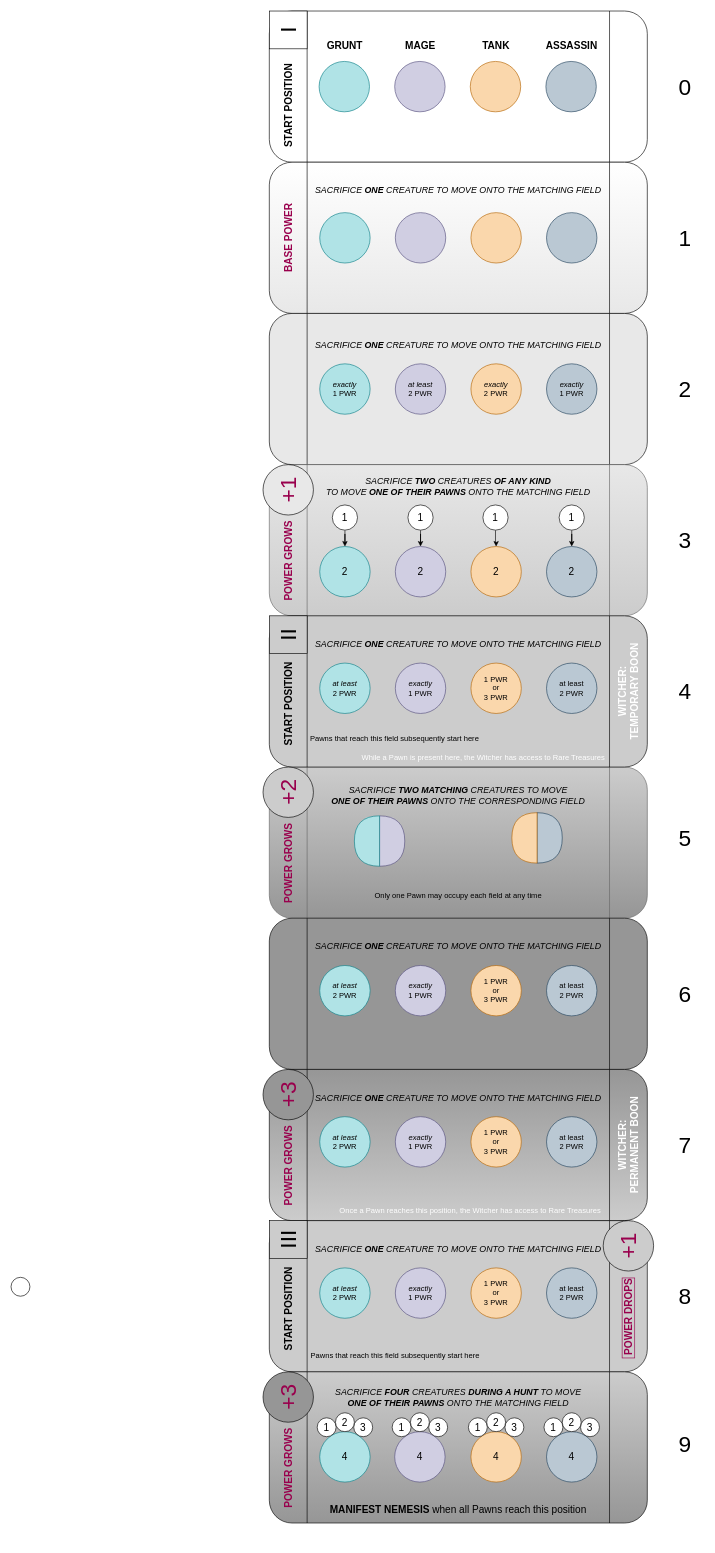
Above: Altar.drawio in eldritch-bender/OPMech (draw.io), before the change. Source tidied: cells renumbered, new cells numbered last; positions are measured from the earlier drawing's top-left corner, leaving out a move shared by most shapes. Both pictures are drawn from the tidied source at 63%, with x=0, y=0 at pixel (11, 11).
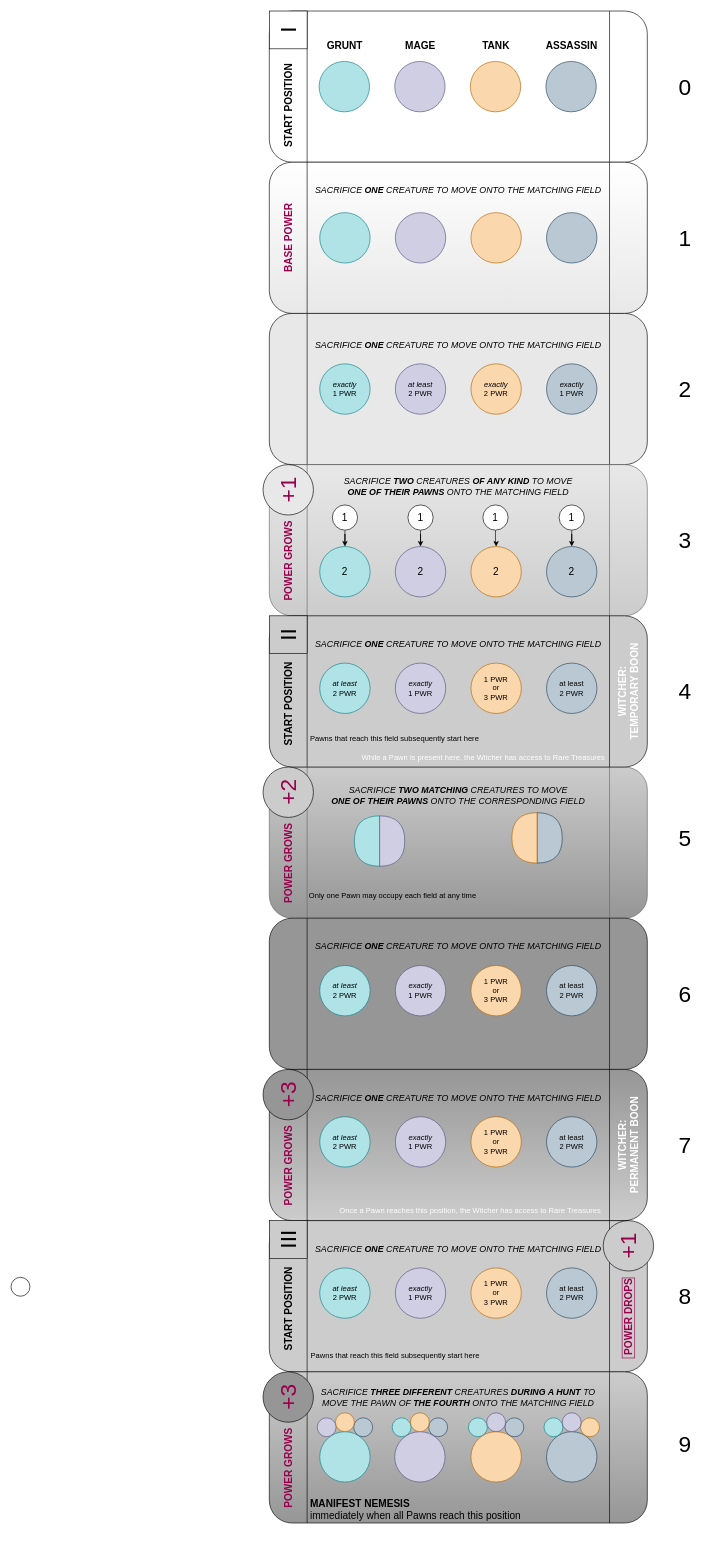
Above is the later version.

The edit, as a diff of the source:
```diff
@@
-    <mxCell id="22" value="&lt;i style=&quot;font-size: 14px&quot;&gt;SACRIFICE &lt;b&gt;TWO &lt;/b&gt;CREATURES &lt;b&gt;OF ANY KIND&lt;/b&gt;&lt;br&gt;TO MOVE &lt;b&gt;ONE OF THEIR PAWNS&amp;nbsp;&lt;/b&gt;ONTO THE MATCHING FIELD&lt;/i&gt;" style="text;html=1;strokeColor=none;fillColor=none;align=center;verticalAlign=middle;whiteSpace=wrap;rounded=1;" parent="1" vertex="1">
+    <mxCell id="22" value="&lt;i style=&quot;font-size: 14px&quot;&gt;SACRIFICE &lt;b&gt;TWO &lt;/b&gt;CREATURES &lt;b&gt;OF ANY KIND&amp;nbsp;&lt;/b&gt;TO MOVE&lt;br&gt;&lt;b&gt;ONE OF THEIR PAWNS&amp;nbsp;&lt;/b&gt;ONTO THE MATCHING FIELD&lt;/i&gt;" style="text;html=1;strokeColor=none;fillColor=none;align=center;verticalAlign=middle;whiteSpace=wrap;rounded=1;" parent="1" vertex="1">
       <mxGeometry x="410" y="740" width="600" height="30" as="geometry" />
     </mxCell>
@@
     <mxCell id="77" value="Only one Pawn may occupy each field at any time" style="text;html=1;strokeColor=none;fillColor=none;align=center;verticalAlign=middle;whiteSpace=wrap;rounded=0;fontSize=12;" parent="1" vertex="1">
-      <mxGeometry x="470" y="1390" width="480" height="30" as="geometry" />
+      <mxGeometry x="366" y="1390" width="480" height="30" as="geometry" />
     </mxCell>
@@
-    <mxCell id="102" value="&lt;font style=&quot;font-size: 16px&quot;&gt;4&lt;/font&gt;" style="ellipse;whiteSpace=wrap;html=1;fillColor=#b0e3e6;strokeColor=#0e8088;rounded=1;" parent="1" vertex="1">
+    <mxCell id="102" style="ellipse;whiteSpace=wrap;html=1;fillColor=#b0e3e6;strokeColor=#0e8088;rounded=1;" parent="1" vertex="1">
       <mxGeometry x="490" y="2255" width="80" height="80" as="geometry" />
     </mxCell>
@@
-    <mxCell id="118" value="&lt;h1 style=&quot;font-size: 16px&quot;&gt;&lt;span&gt;MANIFEST NEMESIS&lt;/span&gt;&lt;span style=&quot;font-weight: normal&quot;&gt;&amp;nbsp;when all Pawns reach this position&lt;/span&gt;&lt;br&gt;&lt;/h1&gt;" style="text;html=1;strokeColor=none;fillColor=none;spacing=5;spacingTop=-20;whiteSpace=wrap;overflow=hidden;rounded=0;labelBackgroundColor=none;labelBorderColor=none;fontSize=36;fontColor=#000000;verticalAlign=bottom;align=center;" parent="1" vertex="1">
-      <mxGeometry x="475" y="2320" width="470" height="85" as="geometry" />
+    <mxCell id="118" value="&lt;h1 style=&quot;font-size: 16px&quot;&gt;&lt;span&gt;MANIFEST NEMESIS&lt;br&gt;&lt;div style=&quot;&quot;&gt;&lt;span style=&quot;font-weight: normal&quot;&gt;immediately when all Pawns reach this position&lt;/span&gt;&lt;/div&gt;&lt;/span&gt;&lt;/h1&gt;" style="text;html=1;strokeColor=none;fillColor=none;spacing=5;spacingTop=-20;whiteSpace=wrap;overflow=hidden;rounded=0;labelBackgroundColor=none;labelBorderColor=none;fontSize=36;fontColor=#000000;verticalAlign=bottom;align=left;" parent="1" vertex="1">
+      <mxGeometry x="470" y="2329" width="470" height="85" as="geometry" />
     </mxCell>
@@
-    <mxCell id="120" value="&lt;i style=&quot;font-size: 14px&quot;&gt;SACRIFICE &lt;b&gt;FOUR&lt;/b&gt;&amp;nbsp;CREATURES &lt;b&gt;DURING A HUNT&lt;/b&gt; TO MOVE&lt;br&gt;&lt;b&gt;ONE OF THEIR PAWNS&lt;/b&gt; ONTO THE MATCHING FIELD&lt;/i&gt;" style="text;html=1;strokeColor=none;fillColor=none;align=center;verticalAlign=middle;whiteSpace=wrap;rounded=1;" parent="1" vertex="1">
+    <mxCell id="120" value="&lt;i style=&quot;font-size: 14px&quot;&gt;SACRIFICE &lt;b&gt;THREE DIFFERENT&amp;nbsp;&lt;/b&gt;CREATURES &lt;b&gt;DURING A HUNT&lt;/b&gt; TO MOVE THE PAWN OF &lt;b&gt;THE FOURTH&lt;/b&gt;&amp;nbsp;ONTO THE MATCHING FIELD&lt;/i&gt;" style="text;html=1;strokeColor=none;fillColor=none;align=center;verticalAlign=middle;whiteSpace=wrap;rounded=1;" parent="1" vertex="1">
       <mxGeometry x="470" y="2185" width="480" height="30" as="geometry" />
     </mxCell>
@@
-    <mxCell id="122" value="&lt;font color=&quot;#000000&quot;&gt;3&lt;/font&gt;" style="ellipse;whiteSpace=wrap;html=1;labelBackgroundColor=none;labelBorderColor=none;fontSize=16;fontColor=#FFFFFF;fillColor=#FFFFFF;align=center;verticalAlign=middle;" parent="1" vertex="1">
+    <mxCell id="122" style="ellipse;whiteSpace=wrap;html=1;labelBackgroundColor=none;labelBorderColor=none;fontSize=16;fillColor=#bac8d3;align=center;verticalAlign=middle;strokeColor=#23445d;" parent="1" vertex="1">
       <mxGeometry x="544" y="2233" width="30" height="30" as="geometry" />
     </mxCell>
-    <mxCell id="123" value="&lt;font color=&quot;#000000&quot;&gt;1&lt;/font&gt;" style="ellipse;whiteSpace=wrap;html=1;labelBackgroundColor=none;labelBorderColor=none;fontSize=16;fontColor=#FFFFFF;fillColor=#FFFFFF;align=center;verticalAlign=middle;" parent="1" vertex="1">
+    <mxCell id="123" style="ellipse;whiteSpace=wrap;html=1;labelBackgroundColor=none;labelBorderColor=none;fontSize=16;fillColor=#d0cee2;align=center;verticalAlign=middle;strokeColor=#56517e;" parent="1" vertex="1">
       <mxGeometry x="486" y="2233" width="30" height="30" as="geometry" />
     </mxCell>
-    <mxCell id="124" value="&lt;font color=&quot;#000000&quot;&gt;2&lt;/font&gt;" style="ellipse;whiteSpace=wrap;html=1;labelBackgroundColor=none;labelBorderColor=none;fontSize=16;fontColor=#FFFFFF;fillColor=#FFFFFF;align=center;verticalAlign=middle;" parent="1" vertex="1">
+    <mxCell id="124" style="ellipse;whiteSpace=wrap;html=1;labelBackgroundColor=none;labelBorderColor=none;fontSize=16;fillColor=#fad7ac;align=center;verticalAlign=middle;strokeColor=#b46504;" parent="1" vertex="1">
       <mxGeometry x="515" y="2225" width="30" height="30" as="geometry" />
     </mxCell>
-    <mxCell id="125" value="&lt;font style=&quot;font-size: 16px&quot;&gt;4&lt;/font&gt;" style="ellipse;whiteSpace=wrap;html=1;fillColor=#d0cee2;strokeColor=#56517e;rounded=1;" parent="1" vertex="1">
+    <mxCell id="125" style="ellipse;whiteSpace=wrap;html=1;fillColor=#d0cee2;strokeColor=#56517e;rounded=1;" parent="1" vertex="1">
       <mxGeometry x="609" y="2255" width="80" height="80" as="geometry" />
     </mxCell>
-    <mxCell id="126" value="&lt;font color=&quot;#000000&quot;&gt;3&lt;/font&gt;" style="ellipse;whiteSpace=wrap;html=1;labelBackgroundColor=none;labelBorderColor=none;fontSize=16;fontColor=#FFFFFF;fillColor=#FFFFFF;align=center;verticalAlign=middle;" parent="1" vertex="1">
+    <mxCell id="126" style="ellipse;whiteSpace=wrap;html=1;labelBackgroundColor=none;labelBorderColor=none;fontSize=16;fillColor=#bac8d3;align=center;verticalAlign=middle;strokeColor=#23445d;" parent="1" vertex="1">
       <mxGeometry x="663" y="2233" width="30" height="30" as="geometry" />
     </mxCell>
-    <mxCell id="127" value="&lt;font color=&quot;#000000&quot;&gt;1&lt;/font&gt;" style="ellipse;whiteSpace=wrap;html=1;labelBackgroundColor=none;labelBorderColor=none;fontSize=16;fontColor=#FFFFFF;fillColor=#FFFFFF;align=center;verticalAlign=middle;" parent="1" vertex="1">
+    <mxCell id="127" style="ellipse;whiteSpace=wrap;html=1;labelBackgroundColor=none;labelBorderColor=none;fontSize=16;fillColor=#b0e3e6;align=center;verticalAlign=middle;strokeColor=#0e8088;" parent="1" vertex="1">
       <mxGeometry x="605" y="2233" width="30" height="30" as="geometry" />
     </mxCell>
-    <mxCell id="128" value="&lt;font color=&quot;#000000&quot;&gt;2&lt;/font&gt;" style="ellipse;whiteSpace=wrap;html=1;labelBackgroundColor=none;labelBorderColor=none;fontSize=16;fontColor=#FFFFFF;fillColor=#FFFFFF;align=center;verticalAlign=middle;" parent="1" vertex="1">
+    <mxCell id="128" style="ellipse;whiteSpace=wrap;html=1;labelBackgroundColor=none;labelBorderColor=none;fontSize=16;fillColor=#fad7ac;align=center;verticalAlign=middle;strokeColor=#b46504;" parent="1" vertex="1">
       <mxGeometry x="634" y="2225" width="30" height="30" as="geometry" />
     </mxCell>
-    <mxCell id="129" value="&lt;font style=&quot;font-size: 16px&quot;&gt;4&lt;/font&gt;" style="ellipse;whiteSpace=wrap;html=1;fillColor=#fad7ac;strokeColor=#b46504;rounded=1;" parent="1" vertex="1">
+    <mxCell id="129" style="ellipse;whiteSpace=wrap;html=1;fillColor=#fad7ac;strokeColor=#b46504;rounded=1;" parent="1" vertex="1">
       <mxGeometry x="730" y="2255" width="80" height="80" as="geometry" />
     </mxCell>
-    <mxCell id="130" value="&lt;font color=&quot;#000000&quot;&gt;3&lt;/font&gt;" style="ellipse;whiteSpace=wrap;html=1;labelBackgroundColor=none;labelBorderColor=none;fontSize=16;fontColor=#FFFFFF;fillColor=#FFFFFF;align=center;verticalAlign=middle;" parent="1" vertex="1">
+    <mxCell id="130" style="ellipse;whiteSpace=wrap;html=1;labelBackgroundColor=none;labelBorderColor=none;fontSize=16;fillColor=#bac8d3;align=center;verticalAlign=middle;strokeColor=#23445d;" parent="1" vertex="1">
       <mxGeometry x="784" y="2233" width="30" height="30" as="geometry" />
     </mxCell>
-    <mxCell id="131" value="&lt;font color=&quot;#000000&quot;&gt;1&lt;/font&gt;" style="ellipse;whiteSpace=wrap;html=1;labelBackgroundColor=none;labelBorderColor=none;fontSize=16;fontColor=#FFFFFF;fillColor=#FFFFFF;align=center;verticalAlign=middle;" parent="1" vertex="1">
+    <mxCell id="131" style="ellipse;whiteSpace=wrap;html=1;labelBackgroundColor=none;labelBorderColor=none;fontSize=16;fillColor=#b0e3e6;align=center;verticalAlign=middle;strokeColor=#0e8088;" parent="1" vertex="1">
       <mxGeometry x="726" y="2233" width="30" height="30" as="geometry" />
     </mxCell>
-    <mxCell id="132" value="&lt;font color=&quot;#000000&quot;&gt;2&lt;/font&gt;" style="ellipse;whiteSpace=wrap;html=1;labelBackgroundColor=none;labelBorderColor=none;fontSize=16;fontColor=#FFFFFF;fillColor=#FFFFFF;align=center;verticalAlign=middle;" parent="1" vertex="1">
+    <mxCell id="132" style="ellipse;whiteSpace=wrap;html=1;labelBackgroundColor=none;labelBorderColor=none;fontSize=16;fillColor=#d0cee2;align=center;verticalAlign=middle;strokeColor=#56517e;" parent="1" vertex="1">
       <mxGeometry x="755" y="2225" width="30" height="30" as="geometry" />
     </mxCell>
-    <mxCell id="133" value="&lt;font style=&quot;font-size: 16px&quot;&gt;4&lt;/font&gt;" style="ellipse;whiteSpace=wrap;html=1;fillColor=#bac8d3;strokeColor=#23445d;rounded=1;" parent="1" vertex="1">
+    <mxCell id="133" style="ellipse;whiteSpace=wrap;html=1;fillColor=#bac8d3;strokeColor=#23445d;rounded=1;" parent="1" vertex="1">
       <mxGeometry x="850" y="2255" width="80" height="80" as="geometry" />
     </mxCell>
-    <mxCell id="134" value="&lt;font color=&quot;#000000&quot;&gt;3&lt;/font&gt;" style="ellipse;whiteSpace=wrap;html=1;labelBackgroundColor=none;labelBorderColor=none;fontSize=16;fontColor=#FFFFFF;fillColor=#FFFFFF;align=center;verticalAlign=middle;" parent="1" vertex="1">
+    <mxCell id="134" style="ellipse;whiteSpace=wrap;html=1;labelBackgroundColor=none;labelBorderColor=none;fontSize=16;fillColor=#fad7ac;align=center;verticalAlign=middle;strokeColor=#b46504;" parent="1" vertex="1">
       <mxGeometry x="904" y="2233" width="30" height="30" as="geometry" />
     </mxCell>
-    <mxCell id="135" value="&lt;font color=&quot;#000000&quot;&gt;1&lt;/font&gt;" style="ellipse;whiteSpace=wrap;html=1;labelBackgroundColor=none;labelBorderColor=none;fontSize=16;fontColor=#FFFFFF;fillColor=#FFFFFF;align=center;verticalAlign=middle;" parent="1" vertex="1">
+    <mxCell id="135" style="ellipse;whiteSpace=wrap;html=1;labelBackgroundColor=none;labelBorderColor=none;fontSize=16;fillColor=#b0e3e6;align=center;verticalAlign=middle;strokeColor=#0e8088;" parent="1" vertex="1">
       <mxGeometry x="846" y="2233" width="30" height="30" as="geometry" />
     </mxCell>
-    <mxCell id="136" value="&lt;font color=&quot;#000000&quot;&gt;2&lt;/font&gt;" style="ellipse;whiteSpace=wrap;html=1;labelBackgroundColor=none;labelBorderColor=none;fontSize=16;fontColor=#FFFFFF;fillColor=#FFFFFF;align=center;verticalAlign=middle;" parent="1" vertex="1">
+    <mxCell id="136" style="ellipse;whiteSpace=wrap;html=1;labelBackgroundColor=none;labelBorderColor=none;fontSize=16;fillColor=#d0cee2;align=center;verticalAlign=middle;strokeColor=#56517e;" parent="1" vertex="1">
       <mxGeometry x="875" y="2225" width="30" height="30" as="geometry" />
     </mxCell>
```
